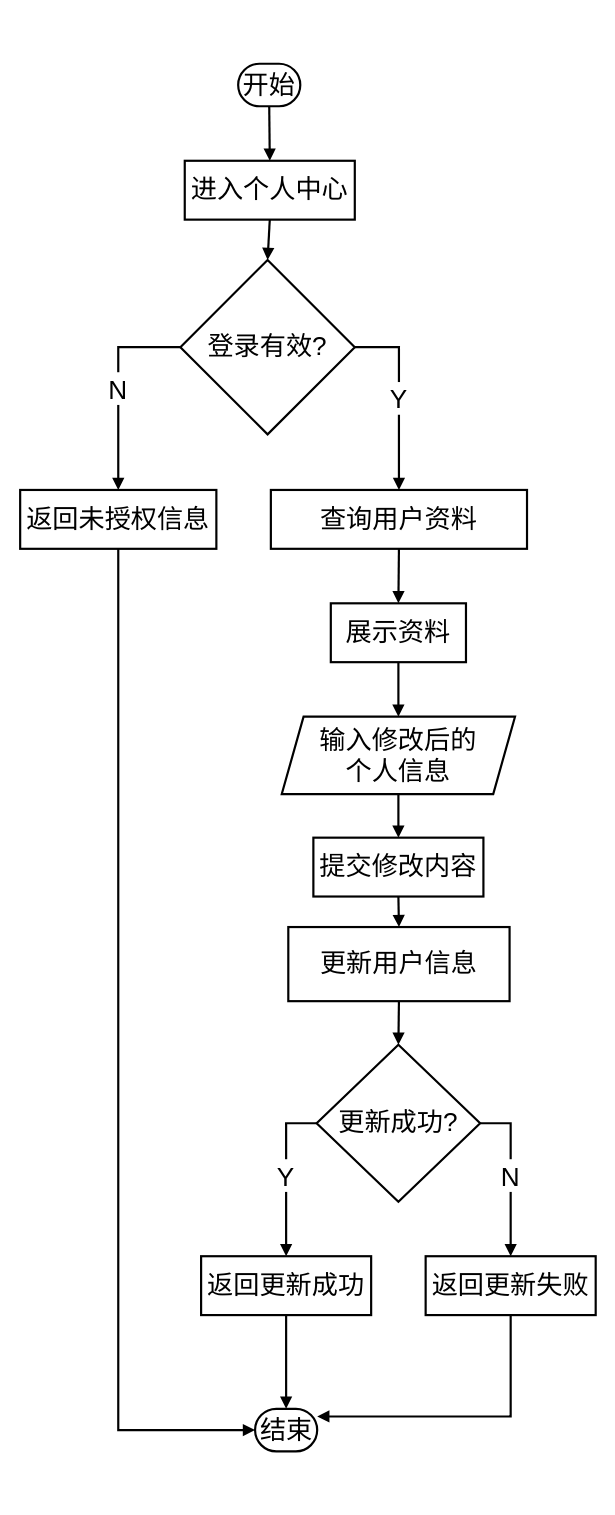
The draw.io diagram 个人信息管理功能流程图.drawio in LichCarlos/darwIo, before the edit. Source tidied: cells renumbered, new cells numbered last; positions are measured from the earlier drawing's top-left corner, leaving out a move shared by most shapes. Both pictures are drawn from the tidied source at 109%, with x=0, y=0 at pixel (20, -316).
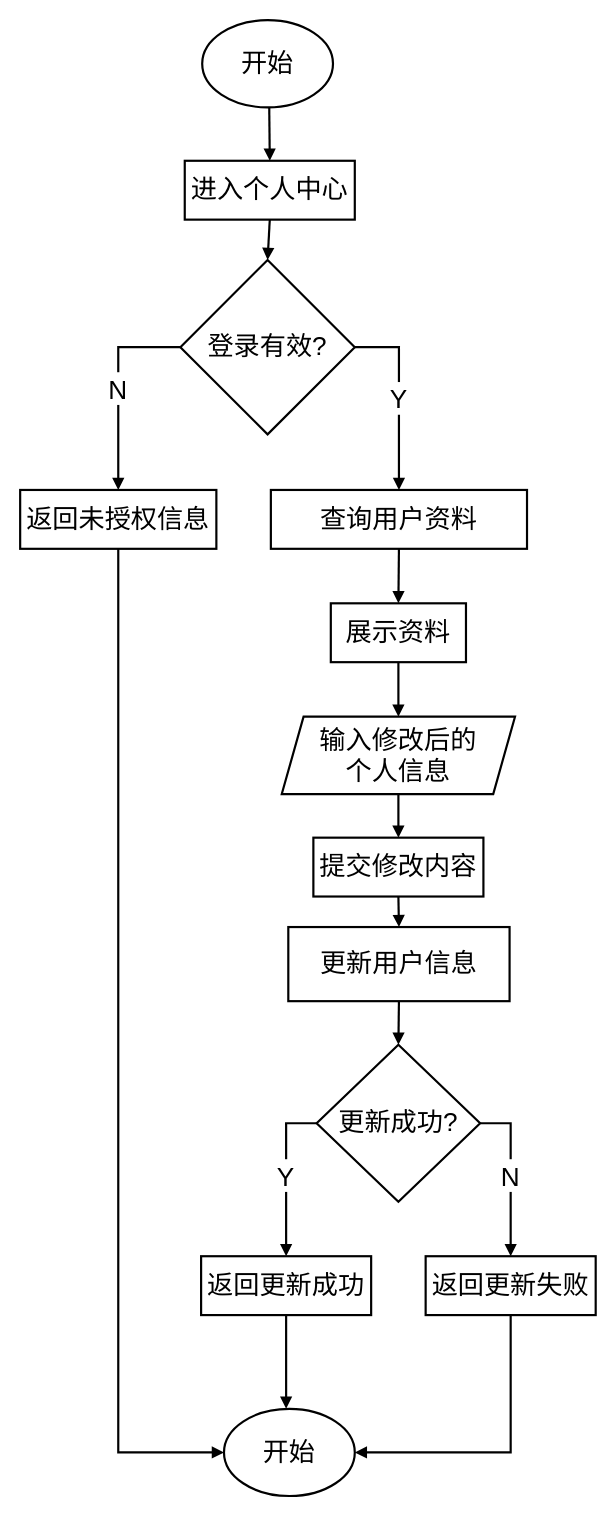
Above is the later version.

Commit message:
更新个人信息管理功能流程图.drawio

Unchanged cells that the change refers to:
```xml
<mxCell id="6" value="进入个人中心" style="whiteSpace=wrap;strokeWidth=2;fontSize=24;" parent="1" vertex="1">
  <mxGeometry x="151" y="437" width="156" height="54" as="geometry" />
</mxCell>
<mxCell id="8" value="返回未授权信息" style="whiteSpace=wrap;strokeWidth=2;fontSize=24;" parent="1" vertex="1">
  <mxGeometry y="739" width="180" height="54" as="geometry" />
</mxCell>
<mxCell id="15" value="返回更新成功" style="whiteSpace=wrap;strokeWidth=2;fontSize=24;" parent="1" vertex="1">
  <mxGeometry x="166" y="1442" width="156" height="54" as="geometry" />
</mxCell>
<mxCell id="16" value="返回更新失败" style="whiteSpace=wrap;strokeWidth=2;fontSize=24;" parent="1" vertex="1">
  <mxGeometry x="372" y="1442" width="156" height="54" as="geometry" />
</mxCell>
```

Diff of the diagram source:
```diff
@@
-    <mxCell id="5" value="开始" style="rounded=1;whiteSpace=wrap;arcSize=50;strokeWidth=2;fontSize=24;" parent="1" vertex="1">
-      <mxGeometry x="200" y="348" width="57" height="39" as="geometry" />
-    </mxCell>
@@
-    <mxCell id="17" value="结束" style="rounded=1;whiteSpace=wrap;arcSize=50;strokeWidth=2;fontSize=24;" parent="1" vertex="1">
-      <mxGeometry x="215.5" y="1582" width="57" height="39" as="geometry" />
-    </mxCell>
-    <mxCell id="18" style="curved=1;startArrow=none;endArrow=block;strokeWidth=2;exitX=0.5;exitY=1;entryX=0.5;entryY=0;rounded=0;fontSize=24;" parent="1" edge="1" source="5" target="6">
-      <mxGeometry relative="1" as="geometry" />
+    <mxCell id="18" style="curved=1;startArrow=none;endArrow=block;strokeWidth=2;exitX=0.5;exitY=1;entryX=0.5;entryY=0;rounded=0;fontSize=24;" parent="1" edge="1" target="6">
+      <mxGeometry relative="1" as="geometry">
+        <mxPoint x="228.5" y="387" as="sourcePoint" />
+      </mxGeometry>
     </mxCell>
@@
-    <mxCell id="21" style="startArrow=none;endArrow=block;strokeWidth=2;exitX=0.5;exitY=1;entryX=0;entryY=0.5;rounded=0;fontSize=24;entryDx=0;entryDy=0;edgeStyle=orthogonalEdgeStyle;" parent="1" edge="1" source="8" target="17">
+    <mxCell id="21" style="startArrow=none;endArrow=block;strokeWidth=2;exitX=0.5;exitY=1;entryX=0;entryY=0.5;rounded=0;fontSize=24;entryDx=0;entryDy=0;edgeStyle=orthogonalEdgeStyle;" parent="1" edge="1" source="8" target="33">
       <mxGeometry relative="1" as="geometry" />
     </mxCell>
@@
-    <mxCell id="30" style="startArrow=none;endArrow=block;strokeWidth=2;exitX=0.5;exitY=1;entryX=0.5;entryY=0;rounded=0;fontSize=24;entryDx=0;entryDy=0;" parent="1" edge="1" source="15" target="17">
-      <mxGeometry relative="1" as="geometry" />
+    <mxCell id="30" style="startArrow=none;endArrow=block;strokeWidth=2;exitX=0.5;exitY=1;entryX=0.5;entryY=0;rounded=0;fontSize=24;entryDx=0;entryDy=0;" parent="1" edge="1" source="15">
+      <mxGeometry relative="1" as="geometry">
+        <mxPoint x="244" y="1582" as="targetPoint" />
+      </mxGeometry>
     </mxCell>
-    <mxCell id="31" style="startArrow=none;endArrow=block;strokeWidth=2;exitX=0.5;exitY=1;entryX=1;entryY=0.18;rounded=0;fontSize=24;edgeStyle=orthogonalEdgeStyle;" parent="1" edge="1" source="16" target="17">
+    <mxCell id="31" style="startArrow=none;endArrow=block;strokeWidth=2;exitX=0.5;exitY=1;entryX=1;entryY=0.5;rounded=0;fontSize=24;edgeStyle=orthogonalEdgeStyle;entryDx=0;entryDy=0;" parent="1" edge="1" source="16" target="33">
       <mxGeometry relative="1" as="geometry" />
     </mxCell>
+    <mxCell id="32" value="开始" style="ellipse;whiteSpace=wrap;html=1;fontSize=24;strokeWidth=2;" parent="1" vertex="1">
+      <mxGeometry x="167" y="308" width="120" height="80" as="geometry" />
+    </mxCell>
+    <mxCell id="33" value="开始" style="ellipse;whiteSpace=wrap;html=1;fontSize=24;strokeWidth=2;" parent="1" vertex="1">
+      <mxGeometry x="187" y="1582" width="120" height="80" as="geometry" />
+    </mxCell>
```
